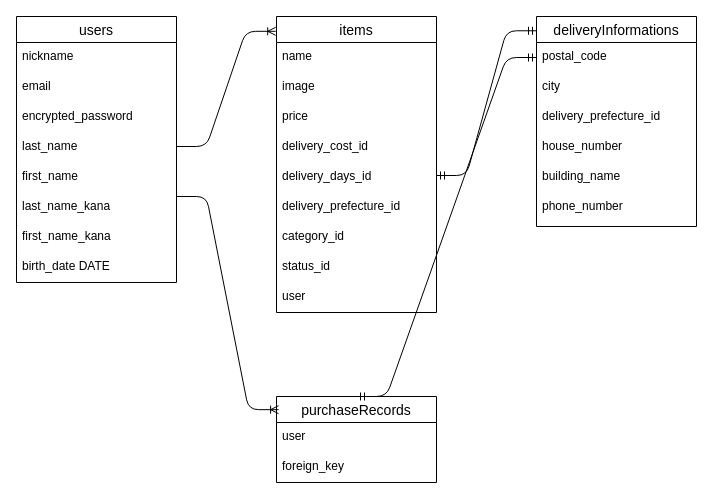
Above: er.dio in Roohit2/furima-39013 (draw.io), before the change. Source tidied: cells renumbered, new cells numbered last; positions are measured from the earlier drawing's top-left corner, leaving out a move shared by most shapes. Both pictures are drawn from the tidied source at 100%, with x=0, y=0 at pixel (16, 16).
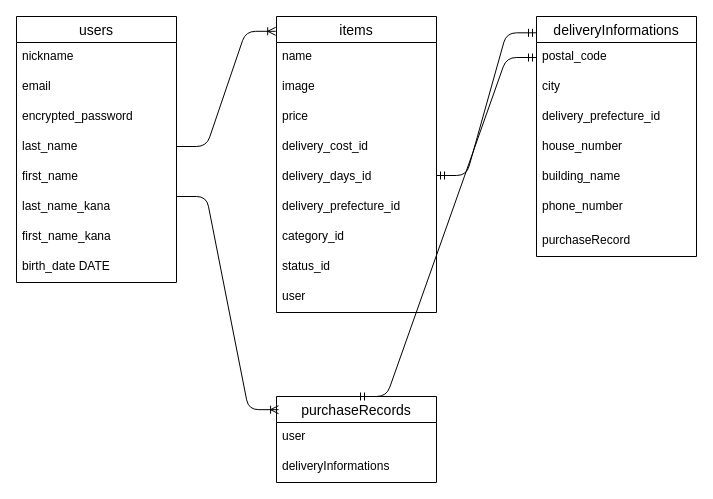
Above is the later version.

The change refers to these unchanged cells:
```xml
<mxCell id="21" value="purchaseRecords" style="swimlane;fontStyle=0;horizontal=1;startSize=26;align=center;fontSize=14;" parent="1" vertex="1">
  <mxGeometry x="260" y="380" width="160" height="86" as="geometry" />
</mxCell>
```

Change to the diagram source:
```diff
@@
-    <mxCell id="23" value="foreign_key" style="text;strokeColor=none;fillColor=none;spacingLeft=4;spacingRight=4;overflow=hidden;fontSize=12;" parent="21" vertex="1">
+    <mxCell id="23" value="deliveryInformations" style="text;strokeColor=none;fillColor=none;spacingLeft=4;spacingRight=4;overflow=hidden;fontSize=12;" parent="21" vertex="1">
       <mxGeometry y="56" width="160" height="30" as="geometry" />
     </mxCell>
     <mxCell id="24" value="deliveryInformations" style="swimlane;fontStyle=0;horizontal=1;startSize=26;align=center;fontSize=14;" parent="1" vertex="1">
-      <mxGeometry x="520" width="160" height="210" as="geometry" />
+      <mxGeometry x="520" width="160" height="240" as="geometry" />
     </mxCell>
@@
+    <mxCell id="35" value="purchaseRecord" style="text;strokeColor=none;fillColor=none;spacingLeft=4;spacingRight=4;overflow=hidden;fontSize=12;" parent="24" vertex="1">
+      <mxGeometry y="210" width="160" height="30" as="geometry" />
+    </mxCell>
```
